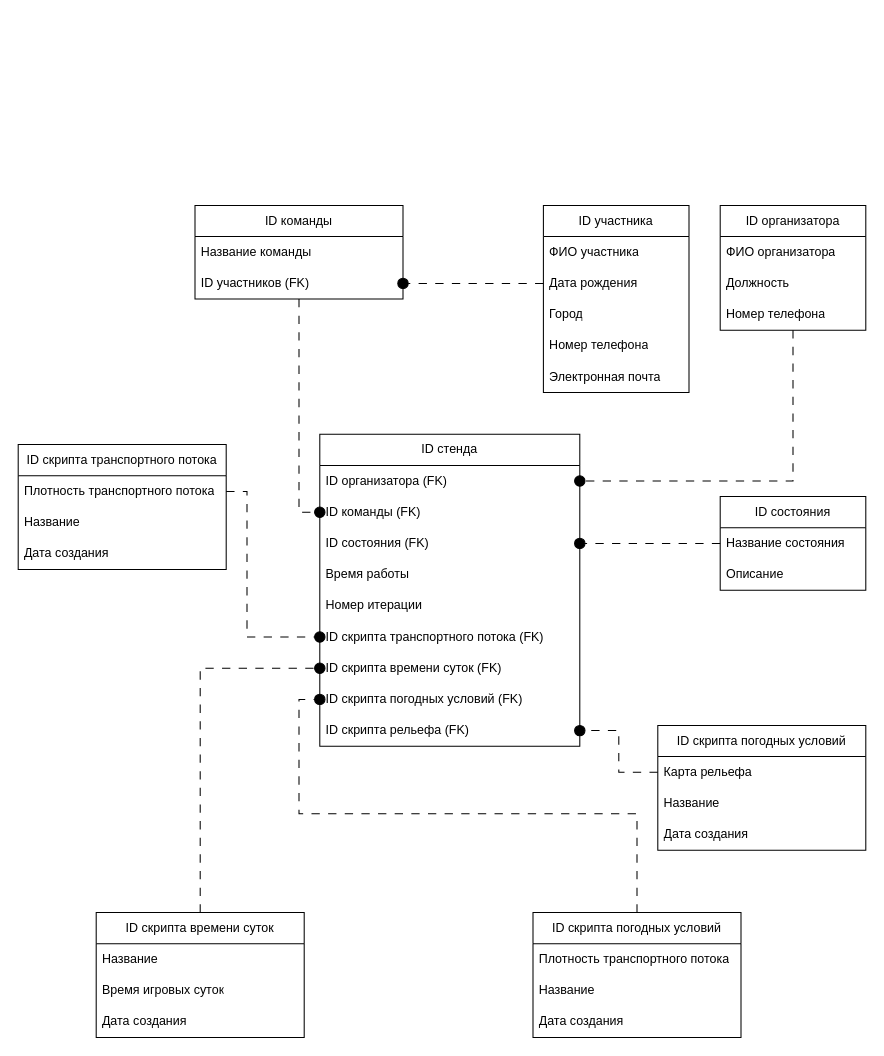
Earlier version of the draw.io diagram page "Page-1" (1 of 2) of Диаграмма без названия.drawio (sukmalo/IDEF_Sugakova). Source tidied: cells renumbered, new cells numbered last; positions are measured from the earlier drawing's top-left corner, leaving out a move shared by most shapes. Both pictures are drawn from the tidied source at 104%, with x=0, y=0 at pixel (18, 205).
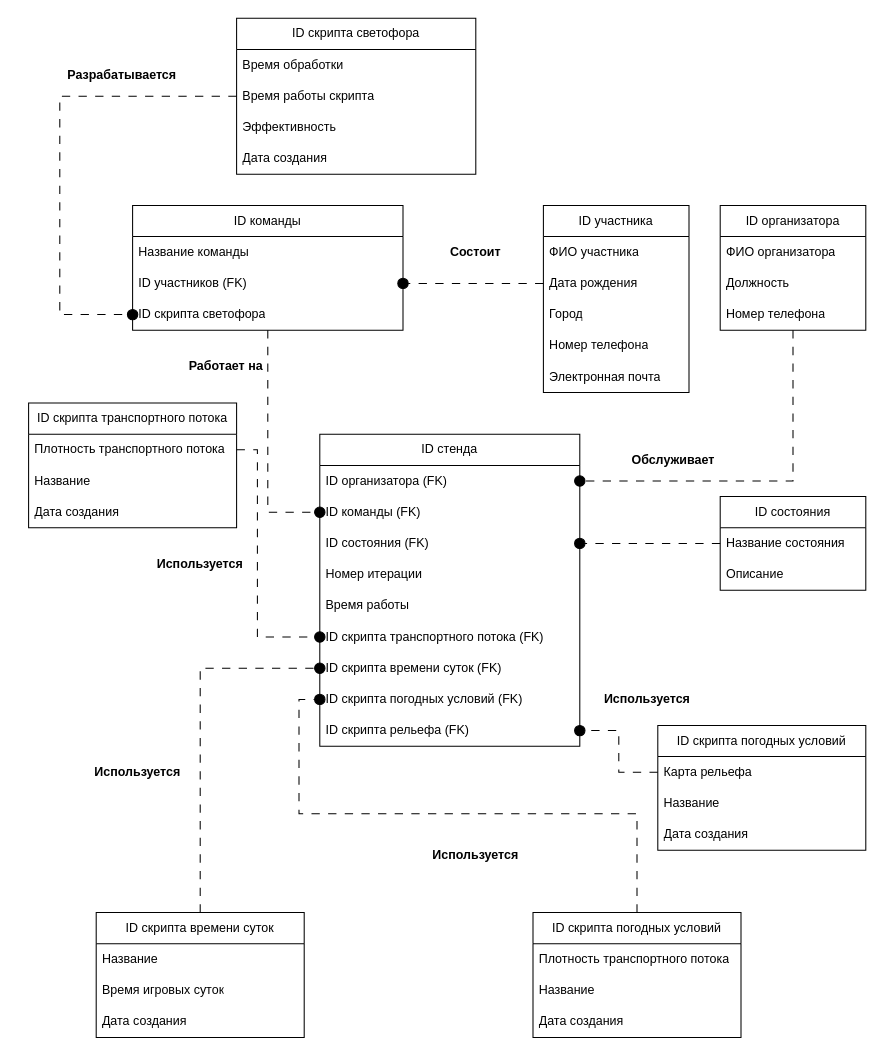
The same diagram, later.

Unchanged cells that the change refers to:
```xml
<mxCell id="11" value="ID стенда" style="swimlane;fontStyle=0;horizontal=1;startSize=30;whiteSpace=wrap;html=1;" parent="1" vertex="1">
  <mxGeometry x="290" y="220" width="250" height="300" as="geometry" />
</mxCell>
<mxCell id="17" value="ID скрипта транспортного потока (FK)" style="text;strokeColor=none;fillColor=none;align=left;verticalAlign=middle;spacingLeft=4;spacingRight=4;overflow=hidden;points=[[0,0.5],[1,0.5]];portConstraint=eastwest;whiteSpace=wrap;html=1;" parent="11" vertex="1">
  <mxGeometry y="180" width="250" height="30" as="geometry" />
</mxCell>
<mxCell id="33" value="Плотность транспортного потока" style="text;strokeColor=none;fillColor=none;align=left;verticalAlign=middle;spacingLeft=4;spacingRight=4;overflow=hidden;points=[[0,0.5],[1,0.5]];portConstraint=eastwest;whiteSpace=wrap;html=1;" parent="32" vertex="1">
  <mxGeometry y="30" width="200" height="30" as="geometry" />
</mxCell>
```

Change to the diagram source:
```diff
@@
     <mxCell id="3" value="ID команды" style="swimlane;fontStyle=0;horizontal=1;startSize=30;whiteSpace=wrap;html=1;" parent="1" vertex="1">
-      <mxGeometry x="170" width="200" height="90" as="geometry" />
+      <mxGeometry x="110" width="260" height="120" as="geometry" />
     </mxCell>
     <mxCell id="4" value="Название команды" style="text;strokeColor=none;fillColor=none;align=left;verticalAlign=middle;spacingLeft=4;spacingRight=4;overflow=hidden;whiteSpace=wrap;html=1;" parent="3" vertex="1">
-      <mxGeometry y="30" width="200" height="30" as="geometry" />
+      <mxGeometry y="30" width="260" height="30" as="geometry" />
     </mxCell>
     <mxCell id="5" value="&lt;div&gt;ID участников (FK)&lt;br&gt;&lt;/div&gt;" style="text;strokeColor=none;fillColor=none;align=left;verticalAlign=middle;spacingLeft=4;spacingRight=4;overflow=hidden;points=[[0,0.5],[1,0.5]];portConstraint=eastwest;whiteSpace=wrap;html=1;" parent="3" vertex="1">
-      <mxGeometry y="60" width="200" height="30" as="geometry" />
+      <mxGeometry y="60" width="260" height="30" as="geometry" />
     </mxCell>
+    <mxCell id="52" value="ID скрипта светофора" style="text;strokeColor=none;fillColor=none;align=left;verticalAlign=middle;spacingLeft=4;spacingRight=4;overflow=hidden;points=[[0,0.5],[1,0.5]];portConstraint=eastwest;whiteSpace=wrap;html=1;" parent="3" vertex="1">
+      <mxGeometry y="90" width="260" height="30" as="geometry" />
+    </mxCell>
@@
+    <mxCell id="16" value="Номер итерации" style="text;strokeColor=none;fillColor=none;align=left;verticalAlign=middle;spacingLeft=4;spacingRight=4;overflow=hidden;whiteSpace=wrap;html=1;" parent="11" vertex="1">
+      <mxGeometry y="120" width="250" height="30" as="geometry" />
+    </mxCell>
     <mxCell id="15" value="Время работы" style="text;strokeColor=none;fillColor=none;align=left;verticalAlign=middle;spacingLeft=4;spacingRight=4;overflow=hidden;whiteSpace=wrap;html=1;" parent="11" vertex="1">
-      <mxGeometry y="120" width="250" height="30" as="geometry" />
+      <mxGeometry y="150" width="250" height="30" as="geometry" />
     </mxCell>
-    <mxCell id="16" value="Номер итерации" style="text;strokeColor=none;fillColor=none;align=left;verticalAlign=middle;spacingLeft=4;spacingRight=4;overflow=hidden;whiteSpace=wrap;html=1;" parent="11" vertex="1">
-      <mxGeometry y="150" width="250" height="30" as="geometry" />
-    </mxCell>
@@
     <mxCell id="32" value="ID скрипта транспортного потока" style="swimlane;fontStyle=0;horizontal=1;startSize=30;whiteSpace=wrap;html=1;" parent="1" vertex="1">
-      <mxGeometry y="230" width="200" height="120" as="geometry" />
+      <mxGeometry x="10" y="190" width="200" height="120" as="geometry" />
     </mxCell>
@@
     <mxCell id="36" style="edgeStyle=orthogonalEdgeStyle;rounded=0;jettySize=auto;html=1;entryX=0;entryY=0.5;entryDx=0;entryDy=0;dashed=1;dashPattern=8 8;endArrow=oval;endFill=1;endSize=10;" parent="1" edge="1" source="33" target="17">
       <mxGeometry relative="1" as="geometry">
         <Array as="points">
-          <mxPoint x="220" y="275" />
-          <mxPoint x="220" y="415" />
+          <mxPoint x="230" y="235" />
+          <mxPoint x="230" y="415" />
         </Array>
       </mxGeometry>
     </mxCell>
@@
+    <mxCell id="53" value="Обслуживает" style="text;html=1;strokeColor=none;fillColor=none;align=center;verticalAlign=middle;whiteSpace=wrap;rounded=0;fontStyle=1;" parent="1" vertex="1">
+      <mxGeometry x="600" y="230" width="60" height="30" as="geometry" />
+    </mxCell>
+    <mxCell id="54" value="Состоит" style="text;html=1;strokeColor=none;fillColor=none;align=center;verticalAlign=middle;whiteSpace=wrap;rounded=0;fontStyle=1;" parent="1" vertex="1">
+      <mxGeometry x="410" y="30" width="60" height="30" as="geometry" />
+    </mxCell>
+    <mxCell id="55" value="Работает на" style="text;html=1;strokeColor=none;fillColor=none;align=center;verticalAlign=middle;whiteSpace=wrap;rounded=0;fontStyle=1;" parent="1" vertex="1">
+      <mxGeometry x="160" y="140" width="80" height="30" as="geometry" />
+    </mxCell>
+    <mxCell id="56" value="Используется" style="text;html=1;strokeColor=none;fillColor=none;align=center;verticalAlign=middle;whiteSpace=wrap;rounded=0;fontStyle=1;" parent="1" vertex="1">
+      <mxGeometry x="135" y="330" width="80" height="30" as="geometry" />
+    </mxCell>
+    <mxCell id="57" value="Используется" style="text;html=1;strokeColor=none;fillColor=none;align=center;verticalAlign=middle;whiteSpace=wrap;rounded=0;fontStyle=1;" parent="1" vertex="1">
+      <mxGeometry x="75" y="530" width="80" height="30" as="geometry" />
+    </mxCell>
+    <mxCell id="58" value="Используется" style="text;html=1;strokeColor=none;fillColor=none;align=center;verticalAlign=middle;whiteSpace=wrap;rounded=0;fontStyle=1;" parent="1" vertex="1">
+      <mxGeometry x="565" y="460" width="80" height="30" as="geometry" />
+    </mxCell>
+    <mxCell id="59" value="Используется" style="text;html=1;strokeColor=none;fillColor=none;align=center;verticalAlign=middle;whiteSpace=wrap;rounded=0;fontStyle=1;" parent="1" vertex="1">
+      <mxGeometry x="400" y="610" width="80" height="30" as="geometry" />
+    </mxCell>
+    <mxCell id="60" value="ID скрипта светофора" style="swimlane;fontStyle=0;horizontal=1;startSize=30;whiteSpace=wrap;html=1;" parent="1" vertex="1">
+      <mxGeometry x="210" y="-180" width="230" height="150" as="geometry" />
+    </mxCell>
+    <mxCell id="61" value="Время обработки" style="text;strokeColor=none;fillColor=none;align=left;verticalAlign=middle;spacingLeft=4;spacingRight=4;overflow=hidden;whiteSpace=wrap;html=1;" parent="60" vertex="1">
+      <mxGeometry y="30" width="230" height="30" as="geometry" />
+    </mxCell>
+    <mxCell id="62" value="Время работы скрипта" style="text;strokeColor=none;fillColor=none;align=left;verticalAlign=middle;spacingLeft=4;spacingRight=4;overflow=hidden;points=[[0,0.5],[1,0.5]];portConstraint=eastwest;whiteSpace=wrap;html=1;" parent="60" vertex="1">
+      <mxGeometry y="60" width="230" height="30" as="geometry" />
+    </mxCell>
+    <mxCell id="63" value="Эффективность" style="text;strokeColor=none;fillColor=none;align=left;verticalAlign=middle;spacingLeft=4;spacingRight=4;overflow=hidden;whiteSpace=wrap;html=1;" parent="60" vertex="1">
+      <mxGeometry y="90" width="230" height="30" as="geometry" />
+    </mxCell>
+    <mxCell id="64" value="Дата создания" style="text;strokeColor=none;fillColor=none;align=left;verticalAlign=middle;spacingLeft=4;spacingRight=4;overflow=hidden;whiteSpace=wrap;html=1;" parent="60" vertex="1">
+      <mxGeometry y="120" width="230" height="30" as="geometry" />
+    </mxCell>
+    <mxCell id="65" style="edgeStyle=orthogonalEdgeStyle;rounded=0;jettySize=auto;html=1;entryX=0;entryY=0.5;entryDx=0;entryDy=0;endSize=10;endArrow=oval;endFill=1;dashed=1;dashPattern=8 8;" parent="1" edge="1" source="62" target="52">
+      <mxGeometry relative="1" as="geometry">
+        <Array as="points">
+          <mxPoint x="40" y="-105" />
+          <mxPoint x="40" y="105" />
+        </Array>
+      </mxGeometry>
+    </mxCell>
+    <mxCell id="66" value="Разрабатывается" style="text;html=1;strokeColor=none;fillColor=none;align=center;verticalAlign=middle;whiteSpace=wrap;rounded=0;fontStyle=1;" parent="1" vertex="1">
+      <mxGeometry x="60" y="-140" width="80" height="30" as="geometry" />
+    </mxCell>
```
